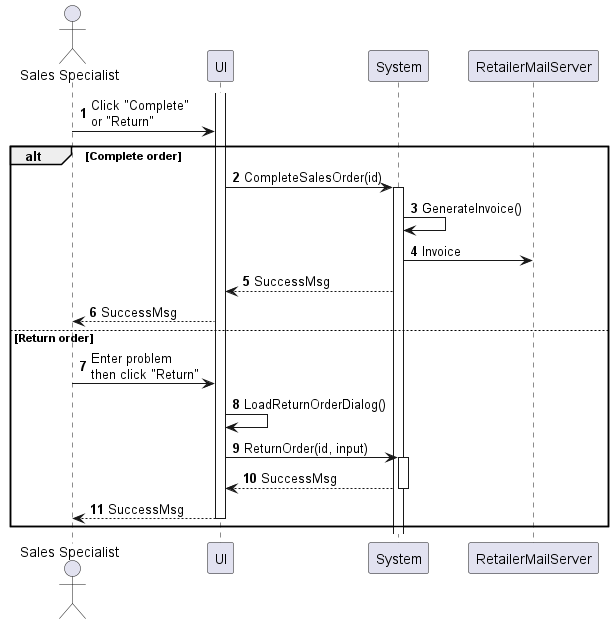
Before: sequences/sales-order-complete.png, a diagram exported from PlantUML (phihungha/scmss-reqs).
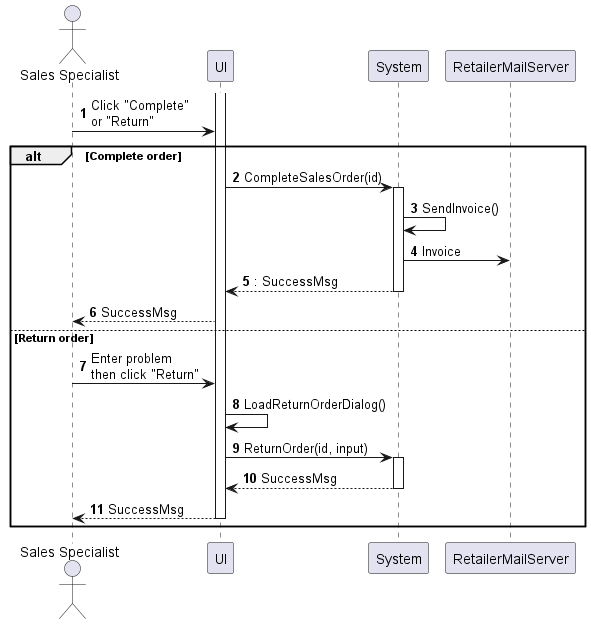
After the change.

What changed in the source:
```diff
@@ -13,9 +13,9 @@
 alt Complete order
     f -> b : CompleteSalesOrder(id)
     activate b
-    b -> b : GenerateInvoice()
+    b -> b : SendInvoice()
     b -> c : Invoice
-    b --> f : SuccessMsg
+    return : SuccessMsg
     f --> a : SuccessMsg
 else Return order
     a -> f : Enter problem\nthen click "Return"
```
